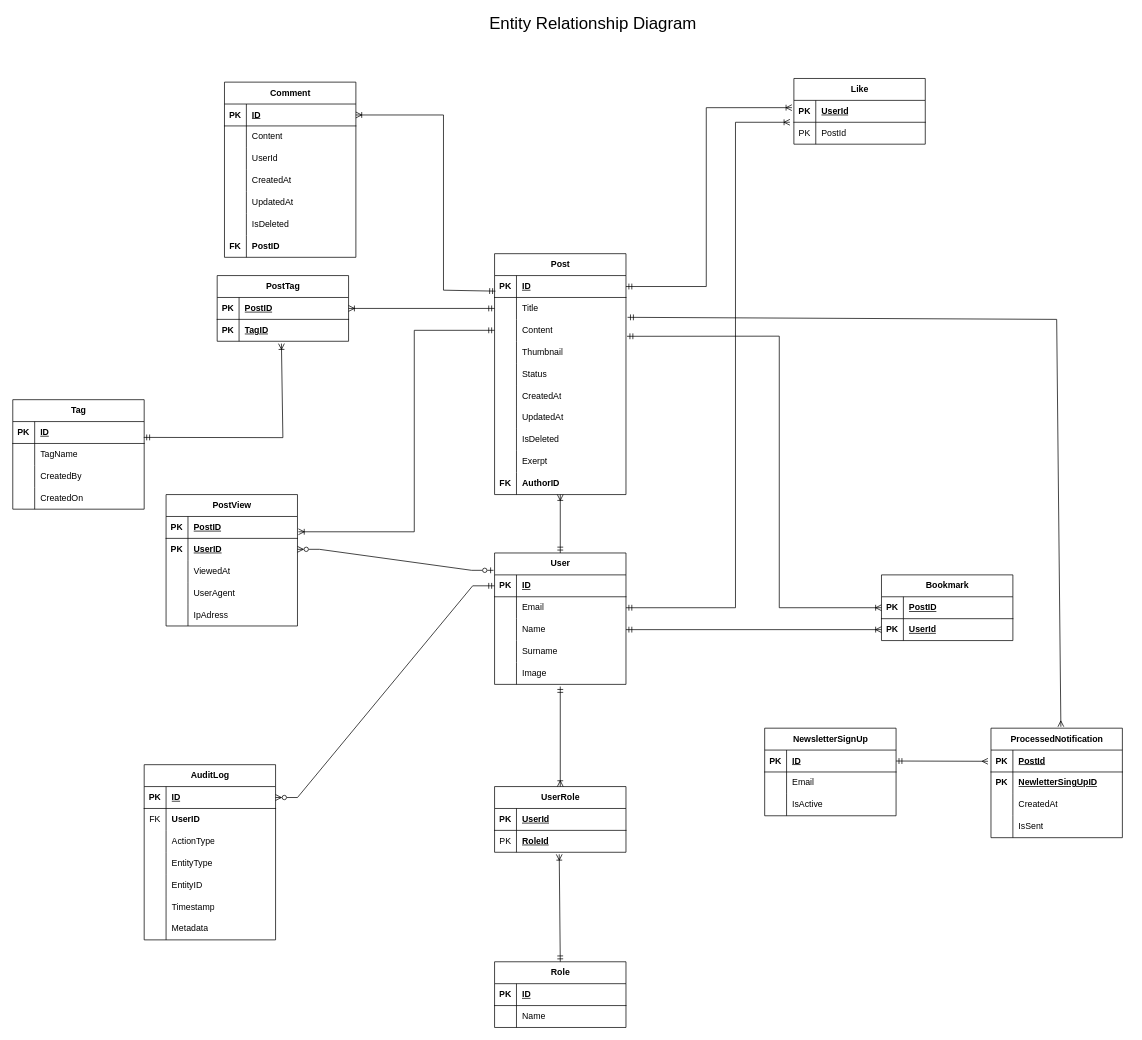
The draw.io diagram page "ERD" (1 of 2) of docs/System_Design.drawio in ChrisClaude/chris-claude-site, before the edit. Source tidied: cells renumbered, new cells numbered last; positions are measured from the earlier drawing's top-left corner, leaving out a move shared by most shapes. Both pictures are drawn from the tidied source at 73%, with x=0, y=0 at pixel (12, 12).
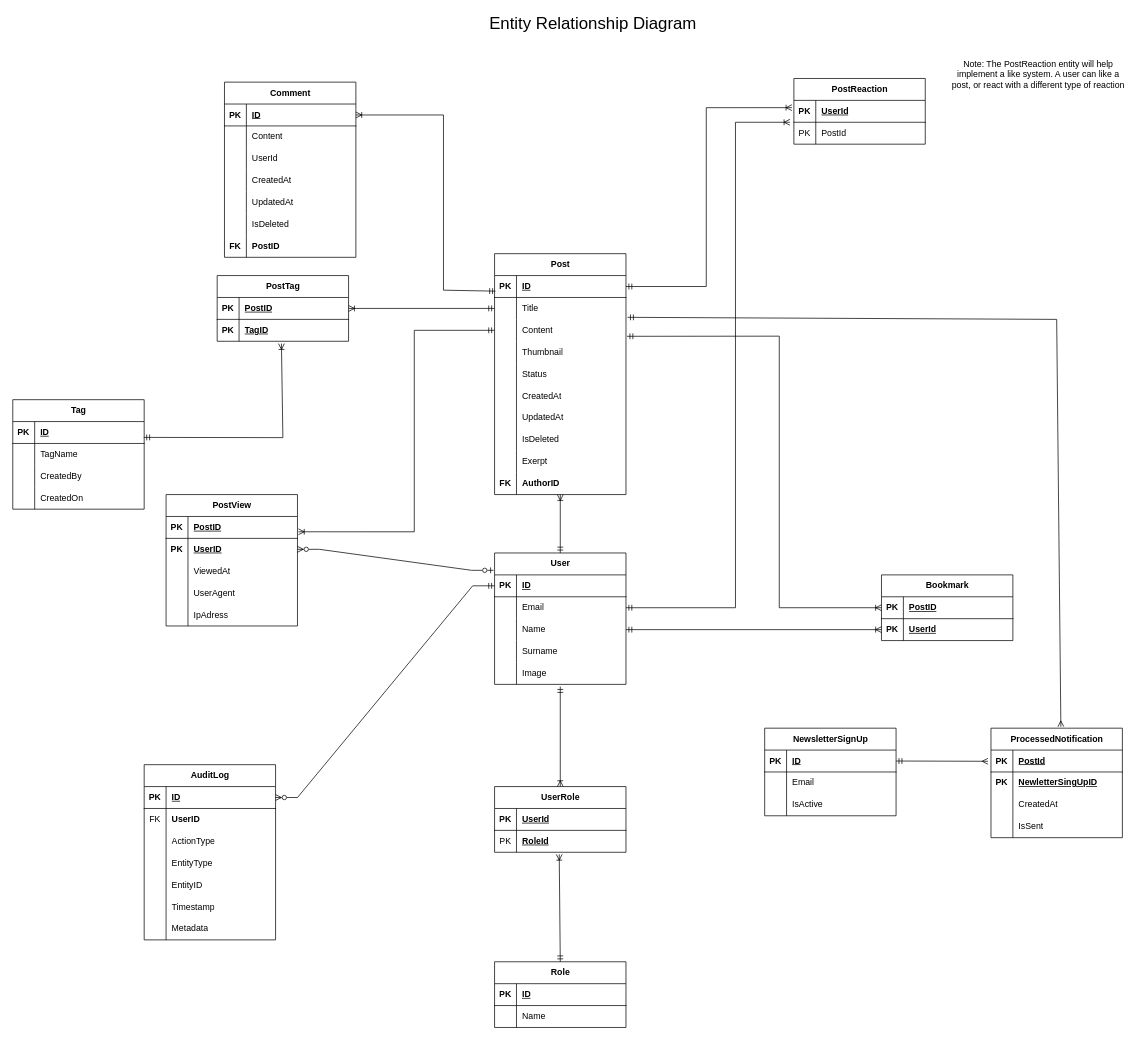
The same page after the edit.

Commit message (it also covers changes not shown here):
Update Post entity, update system design

Diff of the diagram source:
```diff
@@
-    <mxCell id="84" value="Like" style="shape=table;startSize=30;childLayout=tableLayout;rowLines=0;fontStyle=1;align=center;html=1;" parent="1" vertex="1">
+    <mxCell id="84" value="PostReaction" style="shape=table;startSize=30;childLayout=tableLayout;rowLines=0;fontStyle=1;align=center;html=1;" parent="1" vertex="1">
       <mxGeometry x="1070" y="90" width="180" height="90" as="geometry" />
     </mxCell>
@@
+    <mxCell id="196" value="Note: The PostReaction entity will help implement a like system. A user can like a post, or react with a different type of reaction" style="text;html=1;strokeColor=none;fillColor=none;align=center;verticalAlign=middle;whiteSpace=wrap;rounded=0;" parent="1" vertex="1">
+      <mxGeometry x="1280" y="70" width="250" height="30" as="geometry" />
+    </mxCell>
```
